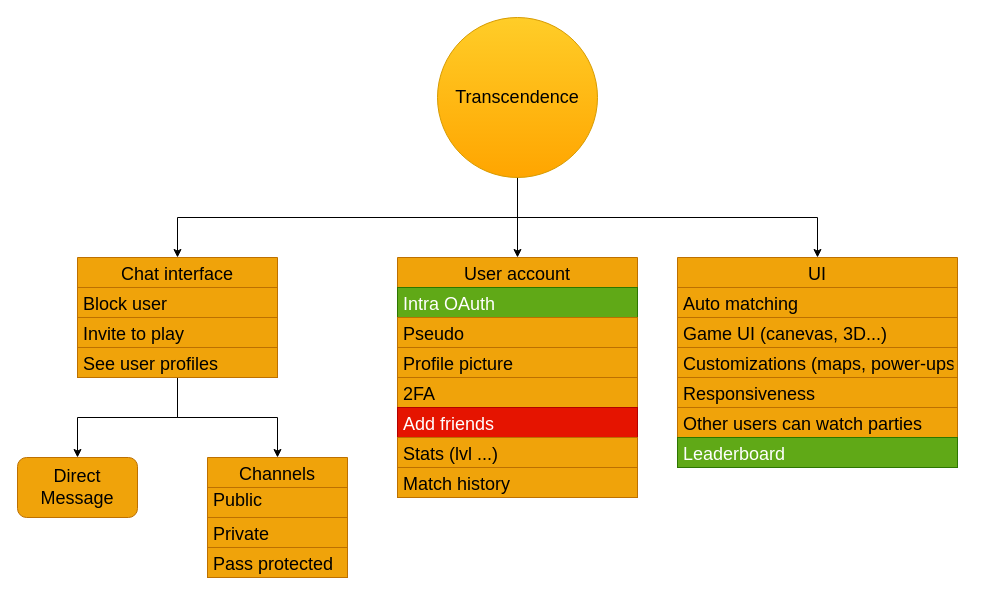
The draw.io diagram docs/todo.drawio in frdescam/transcendence, before the edit. Source tidied: cells renumbered, new cells numbered last; positions are measured from the earlier drawing's top-left corner, leaving out a move shared by most shapes. Both pictures are drawn from the tidied source at 100%, with x=0, y=0 at pixel (17, 17).
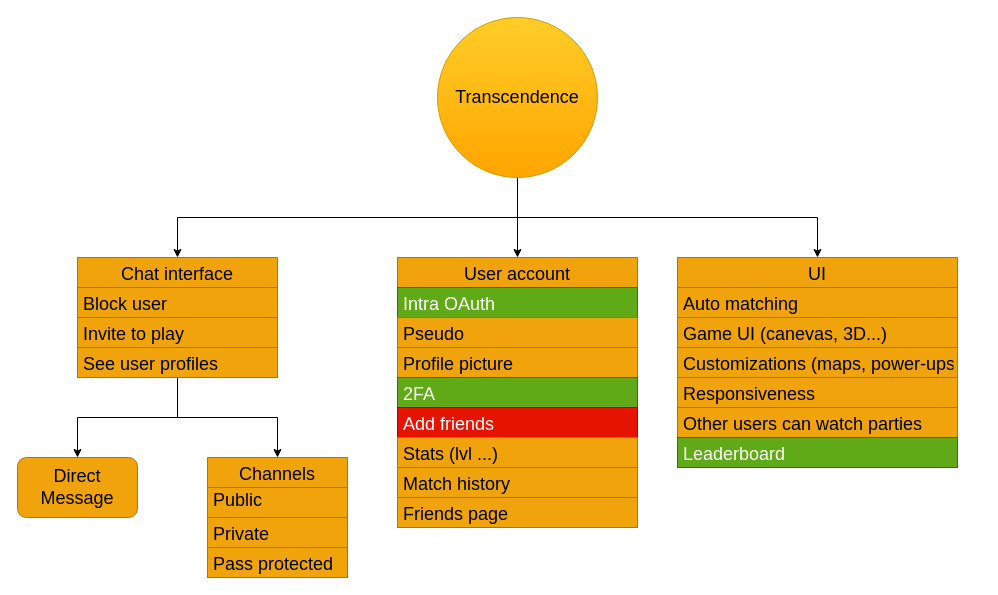
After the change.

Commit message (it also covers changes not shown here):
update todo diagram

What changed in the source:
```diff
@@
     <mxCell id="17" value="User account" style="swimlane;fontStyle=0;horizontal=1;startSize=30;fontSize=18;fillColor=#f0a30a;fontColor=#000000;strokeColor=#BD7000;" parent="1" vertex="1">
-      <mxGeometry x="380" y="240" width="240" height="240" as="geometry" />
+      <mxGeometry x="380" y="240" width="240" height="270" as="geometry" />
     </mxCell>
@@
-    <mxCell id="21" value="2FA" style="text;strokeColor=#BD7000;fillColor=#f0a30a;align=left;verticalAlign=middle;spacingLeft=4;spacingRight=4;overflow=hidden;fontSize=18;fontColor=#000000;" parent="17" vertex="1">
+    <mxCell id="21" value="2FA" style="text;strokeColor=#2D7600;fillColor=#60a917;align=left;verticalAlign=middle;spacingLeft=4;spacingRight=4;overflow=hidden;fontSize=18;fontColor=#ffffff;" parent="17" vertex="1">
       <mxGeometry y="120" width="240" height="30" as="geometry" />
     </mxCell>
@@
+    <mxCell id="32" value="Friends page" style="text;strokeColor=#BD7000;fillColor=#f0a30a;align=left;verticalAlign=middle;spacingLeft=4;spacingRight=4;overflow=hidden;fontSize=18;fontColor=#000000;" parent="17" vertex="1">
+      <mxGeometry y="240" width="240" height="30" as="geometry" />
+    </mxCell>
```
